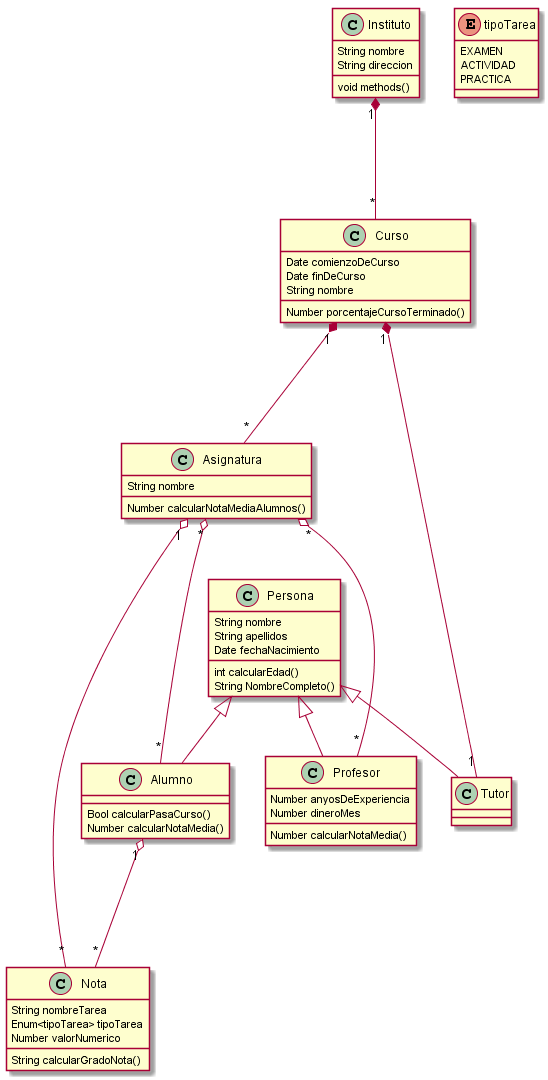
The PlantUML diagram uml/out/alandalus_pyc2/uml/DiagramaClases/DiagramaClases.png in manelme/alandalus_pyc2, before a commit.
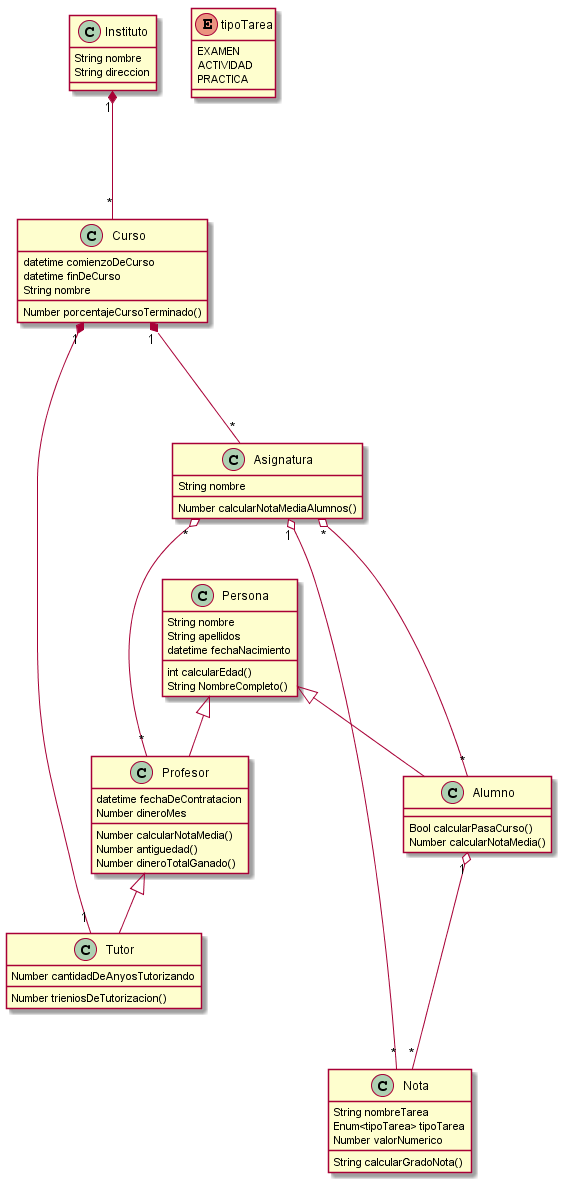
Later version of the same file.

Commit message:
diagrama modificado

The edit, as a diff of the source:
```diff
@@ -1,4 +1,4 @@
-@startuml
+@startuml DiagramaClases
 
 Instituto "1" *--- "*" Curso
 Curso "1" *--- "*" Asignatura
@@ -10,12 +10,12 @@
 
 Persona <|-- Profesor
 Persona <|-- Alumno
-Persona <|-- Tutor
+Profesor <|-- Tutor
 
 class Persona {
     String nombre
     String apellidos
-    Date fechaNacimiento
+    datetime fechaNacimiento
     int calcularEdad()
     String NombreCompleto()
 }
@@ -24,22 +24,27 @@
     Number calcularNotaMedia()
 }
 class Profesor {
-    Number anyosDeExperiencia
+    datetime fechaDeContratacion
     Number dineroMes
     Number calcularNotaMedia()
+    Number antiguedad()
+    Number dineroTotalGanado()
+}
+class Tutor {
+    Number cantidadDeAnyosTutorizando
+    Number trieniosDeTutorizacion()
 }
 class Instituto {
     String nombre
     String direccion
-    void methods()
 }
 class Asignatura {
     String nombre
     Number calcularNotaMediaAlumnos()
 }
 class Curso {
-    Date comienzoDeCurso
-    Date finDeCurso
+    datetime comienzoDeCurso
+    datetime finDeCurso
     String nombre
     Number porcentajeCursoTerminado()
 }
```
